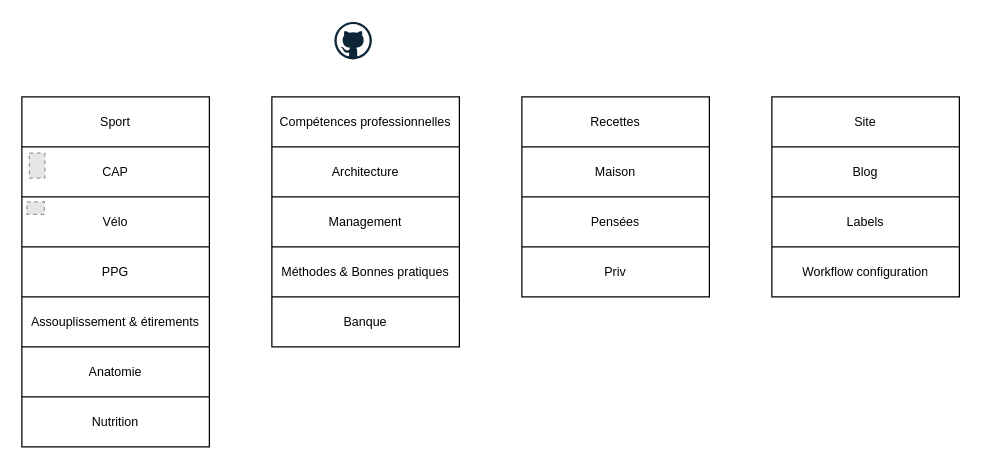
TheFeloDevTeam/Diagrams keeps this draw.io diagram as MyDesktop.drawio. Above is the earlier version. Source tidied: cells renumbered, new cells numbered last; positions are measured from the earlier drawing's top-left corner, leaving out a move shared by most shapes. Both pictures are drawn from the tidied source at 125%, with x=0, y=0 at pixel (21, 21). Pictures stored in the file or linked from it are replaced by grey dashed boxes.
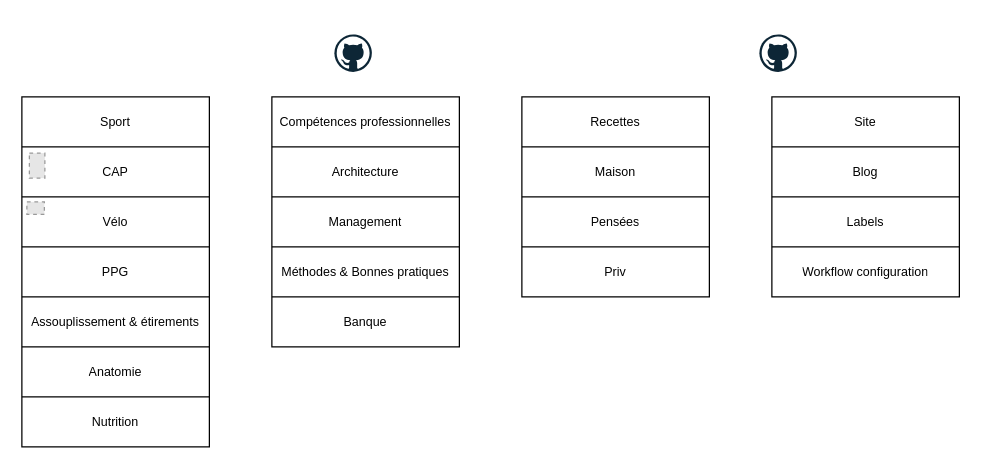
The same page after the edit.

The edit, as a diff of the source:
```diff
@@
     <mxCell id="17" style="dashed=0;html=1;align=center;labelPosition=center;verticalLabelPosition=bottom;verticalAlign=top;shape=mxgraph.weblogos.github;" parent="1" vertex="1">
-      <mxGeometry x="250" width="30" height="30" as="geometry" />
+      <mxGeometry x="250" y="10" width="30" height="30" as="geometry" />
     </mxCell>
@@
+    <mxCell id="49" style="dashed=0;html=1;align=center;labelPosition=center;verticalLabelPosition=bottom;verticalAlign=top;shape=mxgraph.weblogos.github;" parent="1" vertex="1">
+      <mxGeometry x="590" y="10" width="30" height="30" as="geometry" />
+    </mxCell>
```
